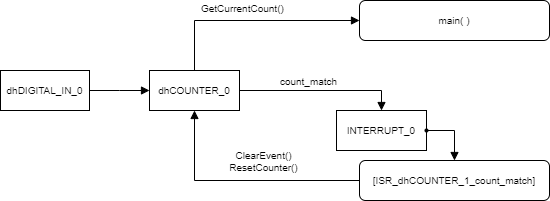
The draw.io diagram docs/images/LabCounter_SoftwareArchitecture.png in realsosy/XmcTutorial, before a commit. Source tidied: cells renumbered, new cells last; positions are measured from the earlier drawing's top-left corner, leaving out a move shared by most shapes.
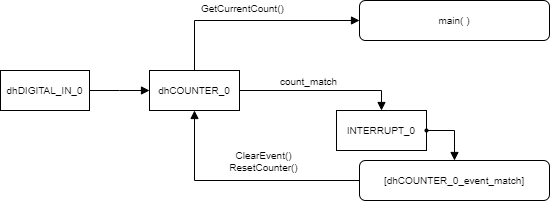
The same diagram one commit later.

What changed in the source:
```diff
@@ -43,7 +43,7 @@
         <mxPoint x="-37" y="-21" as="offset" />
       </mxGeometry>
     </mxCell>
-    <mxCell id="13" value="&lt;div&gt;[ISR_dhCOUNTER_1_count_match]&lt;/div&gt;" style="whiteSpace=wrap;html=1;strokeColor=#000000;strokeWidth=1;fillColor=none;fontSize=10;align=center;rounded=1;" parent="1" vertex="1">
+    <mxCell id="13" value="&lt;div&gt;[dhCOUNTER_0_event_match]&lt;/div&gt;" style="whiteSpace=wrap;html=1;strokeColor=#000000;strokeWidth=1;fillColor=none;fontSize=10;align=center;rounded=1;" parent="1" vertex="1">
       <mxGeometry x="359" y="160" width="190" height="40" as="geometry" />
     </mxCell>
     <mxCell id="14" value="INTERRUPT_0" style="whiteSpace=wrap;html=1;strokeColor=#000000;strokeWidth=1;fillColor=none;fontSize=10;align=center;" parent="1" vertex="1">
```
